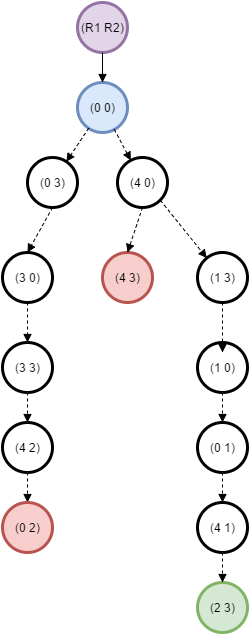
The draw.io diagram TP2/arbre_larg.png in leminhtr/IA01, before a commit. Source tidied: cells renumbered, new cells last; positions are measured from the earlier drawing's top-left corner, leaving out a move shared by most shapes.
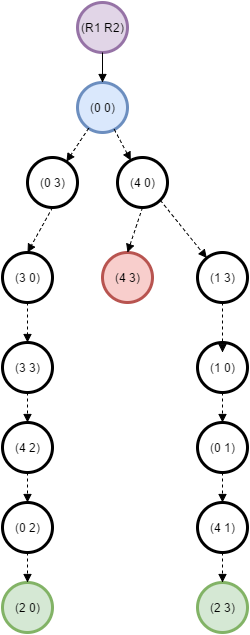
The same diagram one commit later.

The edit, as a diff of the source:
```diff
@@ -74,9 +74,12 @@
     <mxCell id="25" style="edgeStyle=none;strokeWidth=1;fillColor=#000000;endArrow=block;strokeColor=#000000;dashed=1;gradientColor=#880000;html=1;exitX=0.5;exitY=1;" parent="1" edge="1" source="23" target="24">
       <mxGeometry x="595" y="247" as="geometry" />
     </mxCell>
-    <mxCell id="26" value="(0 2)" style="ellipse;fillColor=#f8cecc;gradientDirection=west;strokeColor=#b85450;strokeWidth=3;html=1;" parent="1" vertex="1">
+    <mxCell id="26" value="(0 2)" style="ellipse;fillColor=#ffffff;gradientDirection=west;strokeColor=#000000;strokeWidth=3;html=1;" parent="1" vertex="1">
       <mxGeometry x="0.1" y="500" width="50" height="50" as="geometry" />
     </mxCell>
+    <mxCell id="29" value="(2 0)" style="ellipse;fillColor=#d5e8d4;gradientDirection=west;strokeColor=#82b366;strokeWidth=3;html=1;" parent="1" vertex="1">
+      <mxGeometry x="0.1" y="580" width="50" height="50" as="geometry" />
+    </mxCell>
     <mxCell id="27" style="edgeStyle=none;strokeWidth=1;fillColor=#000000;endArrow=block;strokeColor=#000000;dashed=1;gradientColor=#880000;html=1;exitX=0.5;exitY=1;" parent="1" edge="1" source="8">
       <mxGeometry x="770" y="180" as="geometry">
         <mxPoint x="220" y="350" as="targetPoint" />
@@ -85,5 +88,8 @@
     <mxCell id="28" style="edgeStyle=none;strokeWidth=1;fillColor=#000000;endArrow=block;strokeColor=#000000;dashed=1;gradientColor=#880000;html=1;exitX=0.5;exitY=1;entryX=0.5;entryY=0;" parent="1" edge="1" source="17" target="18">
       <mxGeometry x="780" y="190" as="geometry" />
     </mxCell>
+    <mxCell id="30" style="edgeStyle=none;strokeWidth=1;fillColor=#000000;endArrow=block;strokeColor=#000000;dashed=1;gradientColor=#880000;html=1;entryX=0.5;entryY=0;exitX=0.5;exitY=1;" parent="1" edge="1" source="26" target="29">
+      <mxGeometry x="605" y="257" as="geometry" />
+    </mxCell>
   </root>
 </mxGraphModel>
```
